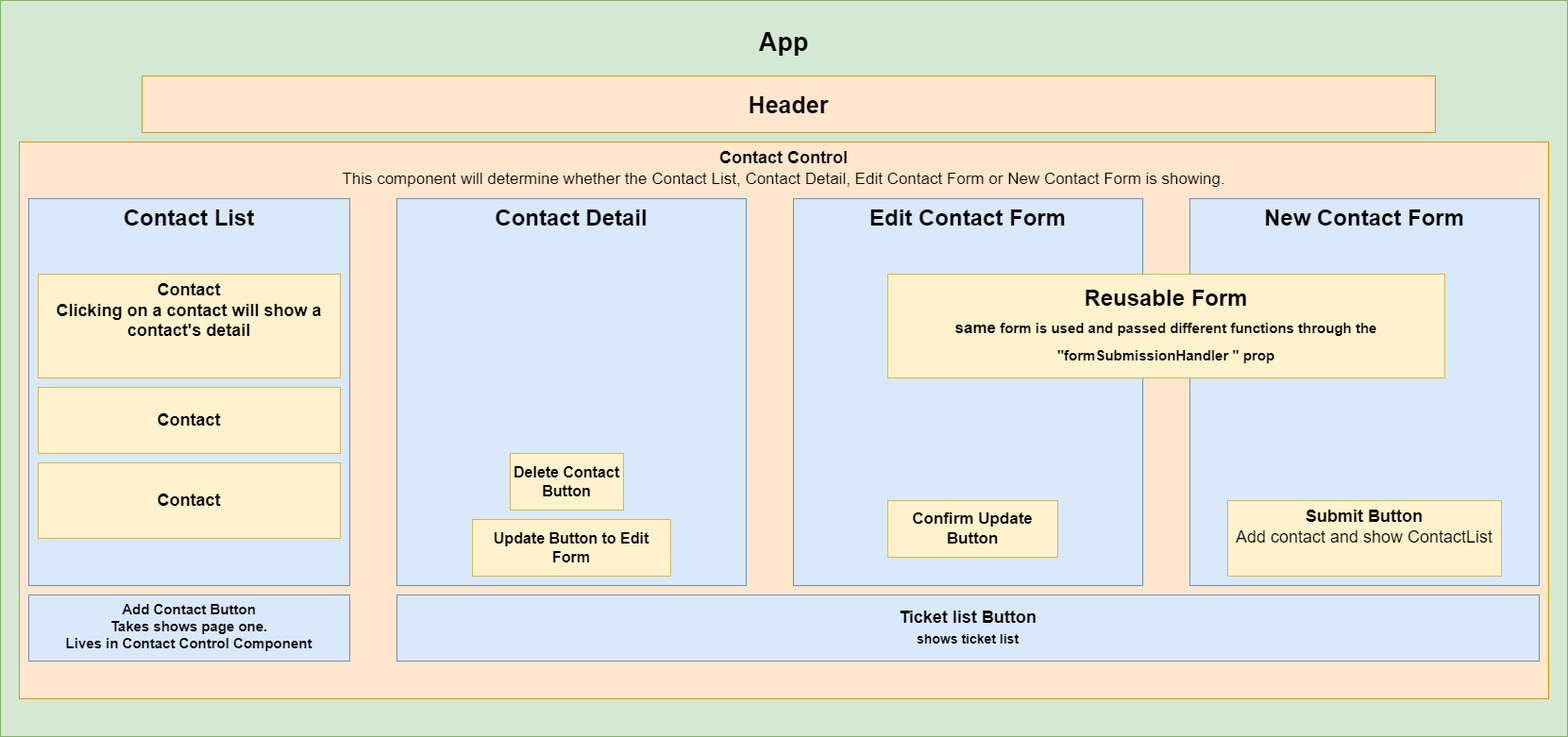
Before: AddressBookDiagram.drawio.png, a diagram exported from draw.io (AaronDBoyd/Contact-Book-React). Source tidied: cells renumbered, new cells last; positions are measured from the earlier drawing's top-left corner, leaving out a move shared by most shapes.
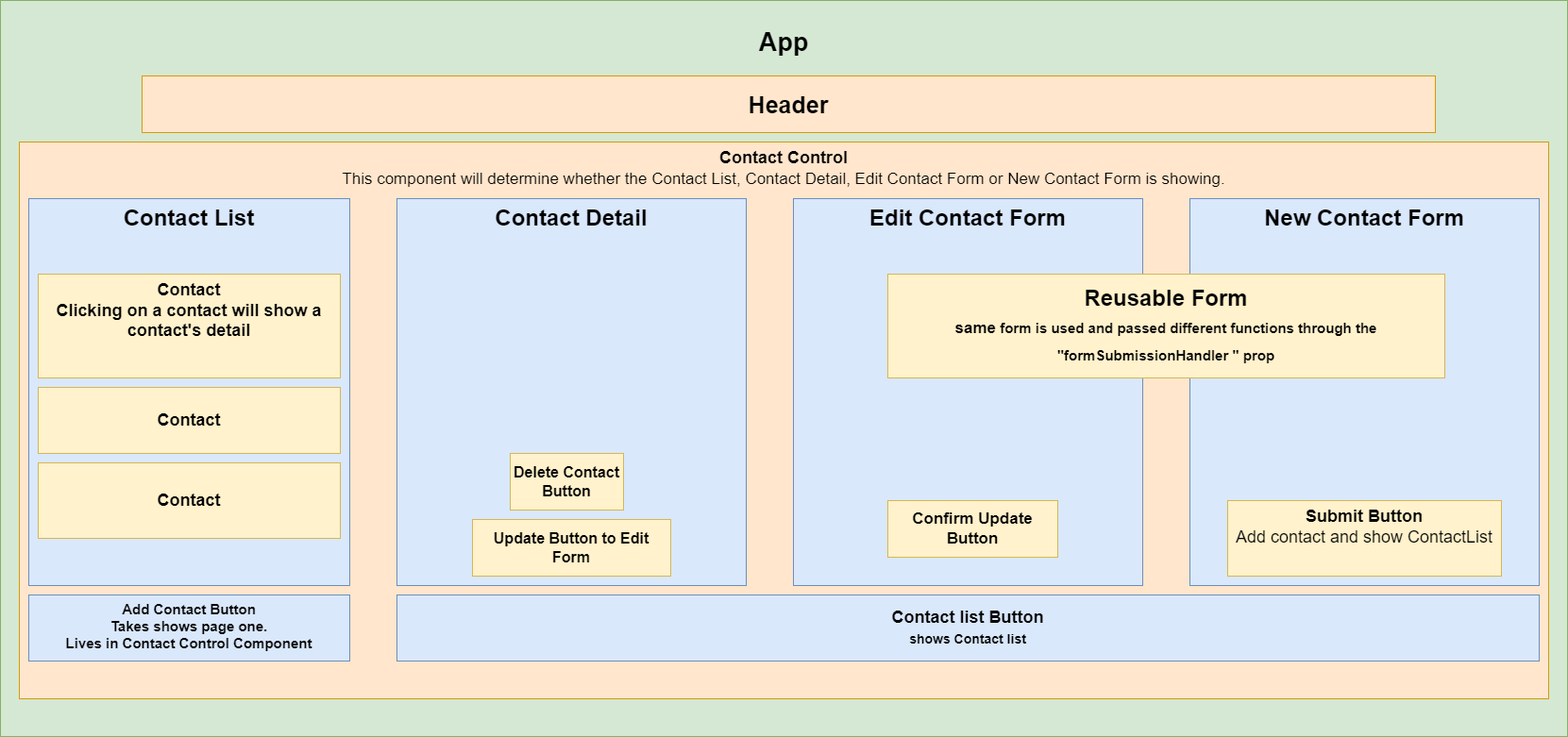
After the commit.

Commit message:
update contact list to reference state

Change to the diagram source:
```diff
@@ -20,7 +20,7 @@
     <mxCell id="7" value="New Contact Form" style="rounded=0;whiteSpace=wrap;html=1;fillColor=#dae8fc;strokeColor=#6c8ebf;fontStyle=1;fontSize=24;verticalAlign=top;" parent="1" vertex="1">
       <mxGeometry x="1260" y="210" width="370" height="410" as="geometry" />
     </mxCell>
-    <mxCell id="8" value="Ticket list Button&lt;br style=&quot;font-size: 17px;&quot;&gt;&lt;font style=&quot;font-size: 14px;&quot;&gt;shows ticket list&lt;/font&gt;" style="rounded=0;whiteSpace=wrap;html=1;fillColor=#dae8fc;strokeColor=#6c8ebf;fontStyle=1;fontSize=18;" parent="1" vertex="1">
+    <mxCell id="8" value="Contact list Button&lt;br style=&quot;font-size: 17px;&quot;&gt;&lt;font style=&quot;font-size: 14px;&quot;&gt;shows Contact list&lt;/font&gt;" style="rounded=0;whiteSpace=wrap;html=1;fillColor=#dae8fc;strokeColor=#6c8ebf;fontStyle=1;fontSize=18;" parent="1" vertex="1">
       <mxGeometry x="420" y="630" width="1210" height="70" as="geometry" />
     </mxCell>
     <mxCell id="9" value="Submit Button&lt;br&gt;&lt;span style=&quot;font-weight: normal;&quot;&gt;Add contact and show ContactList&lt;/span&gt;" style="rounded=0;whiteSpace=wrap;html=1;fillColor=#fff2cc;strokeColor=#d6b656;verticalAlign=top;fontStyle=1;fontSize=18;" parent="1" vertex="1">
```
